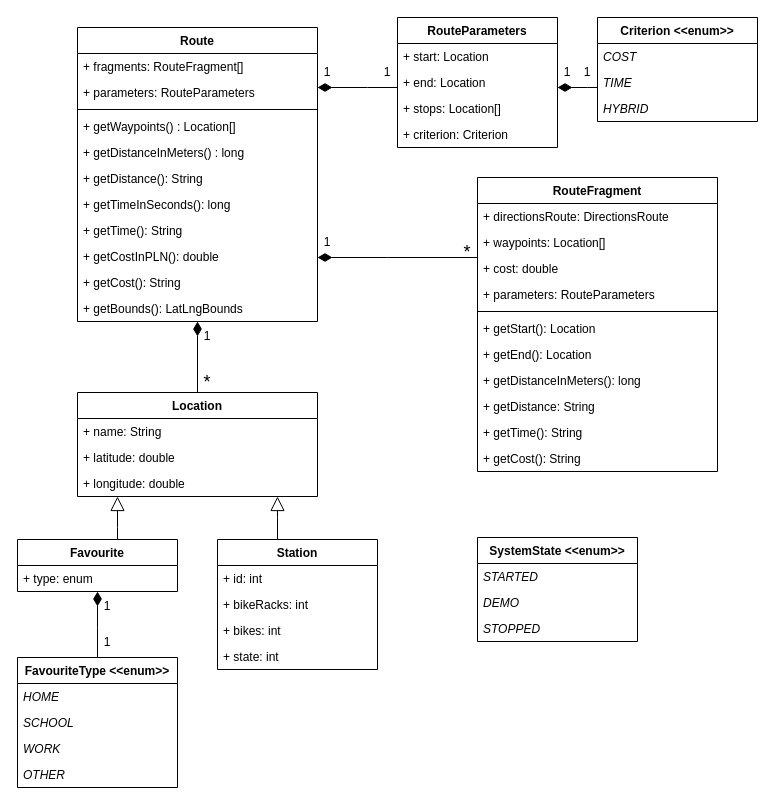
Before: diagramy/diagramklaspodstawowych.drawio in Freeturilo/FreeturiloDocumentation, a draw.io diagram. Source tidied: cells renumbered, new cells numbered last; positions are measured from the earlier drawing's top-left corner, leaving out a move shared by most shapes. Both pictures are drawn from the tidied source at 100%, with x=0, y=0 at pixel (17, 17).
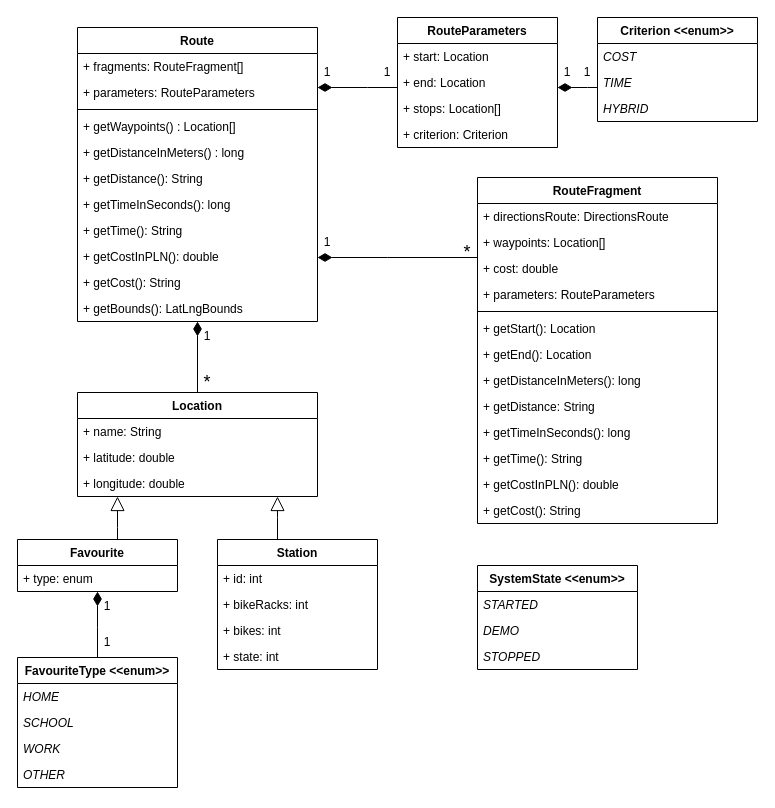
The same page after the edit.

Commit message:
Reshaped marker images and fixed base classes diagram

What changed in the source:
```diff
@@
     <mxCell id="33" value="RouteFragment" style="swimlane;fontStyle=1;align=center;verticalAlign=top;horizontal=1;startSize=26;" parent="1" vertex="1">
-      <mxGeometry x="460" y="160" width="240" height="294" as="geometry" />
+      <mxGeometry x="460" y="160" width="240" height="346" as="geometry" />
     </mxCell>
@@
+    <mxCell id="72" value="+ getTimeInSeconds(): long" style="text;strokeColor=none;fillColor=none;align=left;verticalAlign=top;spacingLeft=4;spacingRight=4;overflow=hidden;" parent="33" vertex="1">
+      <mxGeometry y="242" width="240" height="26" as="geometry" />
+    </mxCell>
     <mxCell id="43" value="+ getTime(): String" style="text;strokeColor=none;fillColor=none;align=left;verticalAlign=top;spacingLeft=4;spacingRight=4;overflow=hidden;" parent="33" vertex="1">
-      <mxGeometry y="242" width="240" height="26" as="geometry" />
+      <mxGeometry y="268" width="240" height="26" as="geometry" />
     </mxCell>
+    <mxCell id="73" value="+ getCostInPLN(): double" style="text;strokeColor=none;fillColor=none;align=left;verticalAlign=top;spacingLeft=4;spacingRight=4;overflow=hidden;" parent="33" vertex="1">
+      <mxGeometry y="294" width="240" height="26" as="geometry" />
+    </mxCell>
     <mxCell id="44" value="+ getCost(): String" style="text;strokeColor=none;fillColor=none;align=left;verticalAlign=top;spacingLeft=4;spacingRight=4;overflow=hidden;" parent="33" vertex="1">
-      <mxGeometry y="268" width="240" height="26" as="geometry" />
+      <mxGeometry y="320" width="240" height="26" as="geometry" />
     </mxCell>
@@
     <mxCell id="49" value="SystemState &lt;&lt;enum&gt;&gt;" style="swimlane;fontStyle=1;align=center;verticalAlign=top;horizontal=1;startSize=26;" parent="1" vertex="1">
-      <mxGeometry x="460" y="520" width="160" height="104" as="geometry" />
+      <mxGeometry x="460" y="548" width="160" height="104" as="geometry" />
     </mxCell>
```
